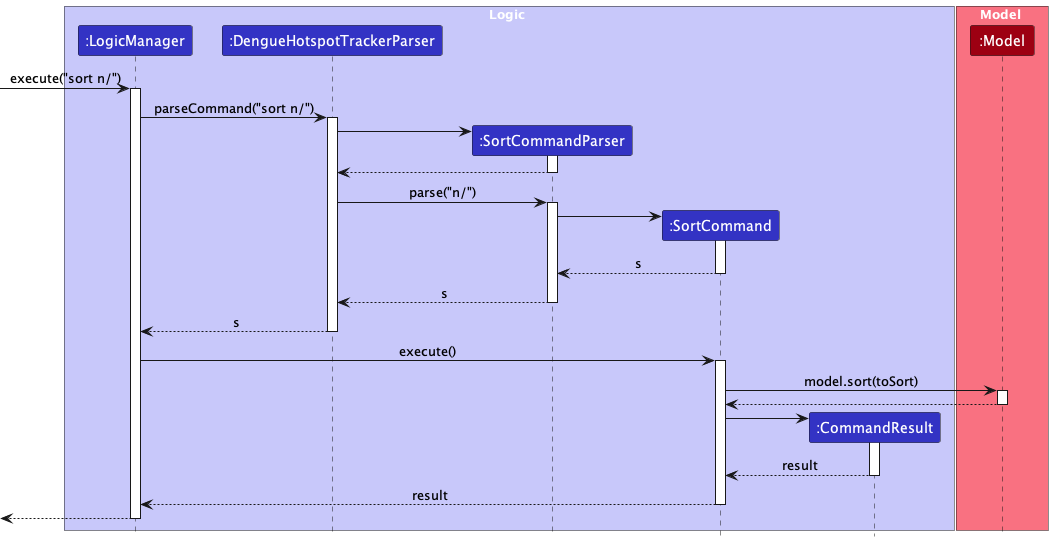
Earlier version of the PlantUML export docs/images/SortSequenceDiagram.png (nus-cs2103-AY2223S2/tp). The source it was exported from:
```plantuml
@startuml
!include style.puml
hide footbox

box Logic LOGIC_COLOR_T1
participant ":LogicManager" as LogicManager LOGIC_COLOR
participant ":DengueHotspotTrackerParser" as DengueHotspotTrackerParser LOGIC_COLOR
participant ":SortCommandParser" as SortCommandParser LOGIC_COLOR
participant ":SortCommand" as SortCommand LOGIC_COLOR
participant ":CommandResult" as CommandResult LOGIC_COLOR
end box

box Model MODEL_COLOR_T1
participant ":Model" as Model MODEL_COLOR
end box

[-> LogicManager : execute("sort n/")
activate LogicManager

LogicManager -> DengueHotspotTrackerParser : parseCommand("sort n/")
activate DengueHotspotTrackerParser

create SortCommandParser
DengueHotspotTrackerParser -> SortCommandParser
activate SortCommandParser

SortCommandParser --> DengueHotspotTrackerParser
deactivate SortCommandParser

DengueHotspotTrackerParser -> SortCommandParser : parse("n/")
activate SortCommandParser

create SortCommand
SortCommandParser -> SortCommand
activate SortCommand

SortCommand --> SortCommandParser : s
deactivate SortCommand

SortCommandParser --> DengueHotspotTrackerParser : s
deactivate SortCommandParser

DengueHotspotTrackerParser --> LogicManager : s
deactivate DengueHotspotTrackerParser

LogicManager -> SortCommand : execute()
activate SortCommand

SortCommand -> Model : model.sort(toSort)
activate Model

Model --> SortCommand
deactivate Model

create CommandResult
SortCommand -> CommandResult
activate CommandResult

CommandResult --> SortCommand : result
deactivate CommandResult

SortCommand --> LogicManager : result
deactivate SortCommand

LogicManager -->[
deactivate LogicManager

@enduml
```
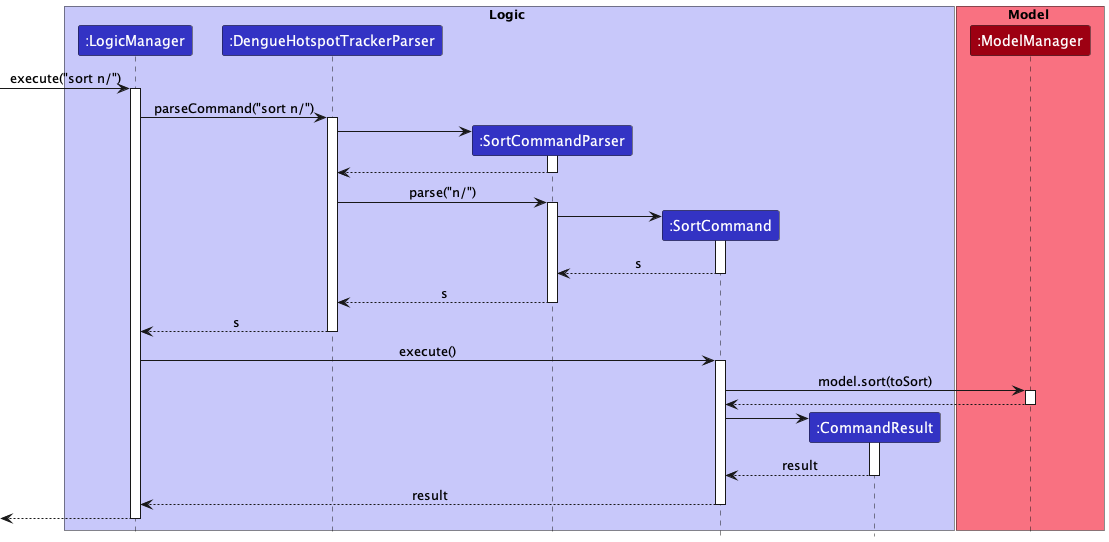
Later version of the same file.

Diff of the diagram source:
```diff
@@ -11,7 +11,7 @@
 end box
 
 box Model MODEL_COLOR_T1
-participant ":Model" as Model MODEL_COLOR
+participant ":ModelManager" as Model MODEL_COLOR
 end box
 
 [-> LogicManager : execute("sort n/")
```
